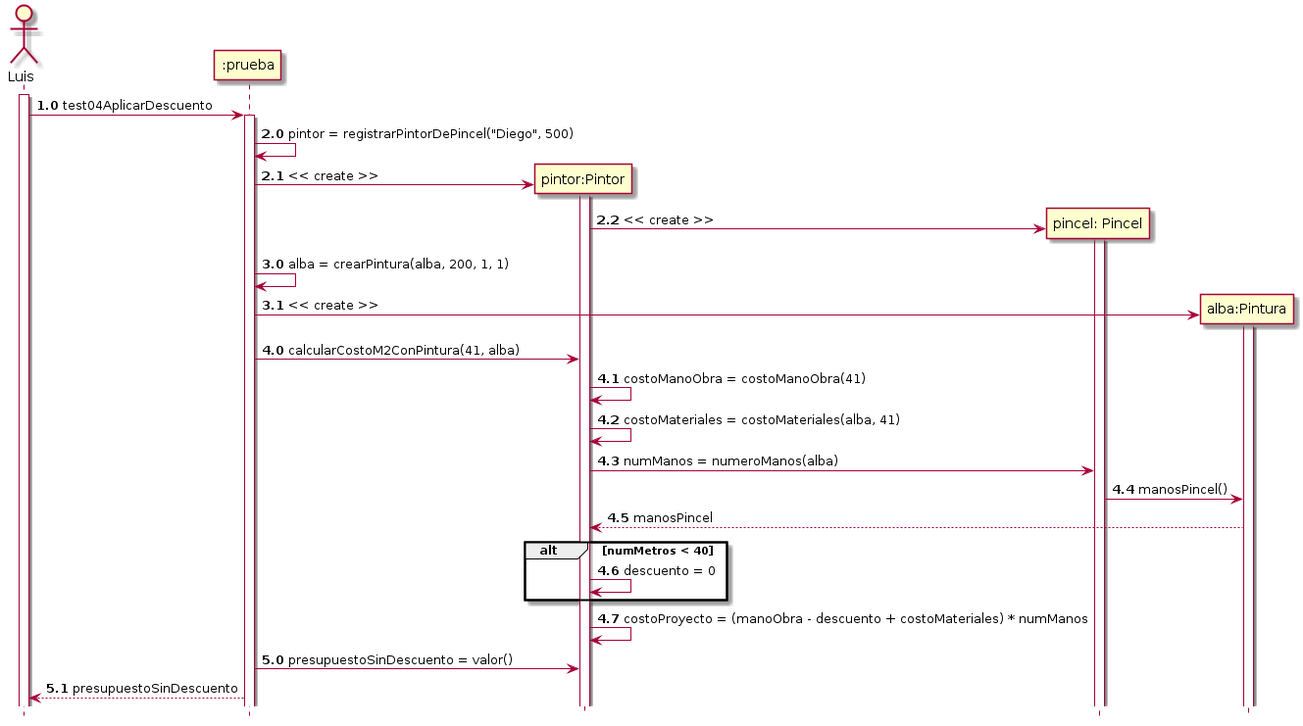
Above: TP1/Documentacion/diagramas/Diagrama_Secuenciales/diagrama_secuencia04/test04AplicarDescuentoMas40M2.png in LuisParedes1/C3_TPs (PlantUML), before the change.
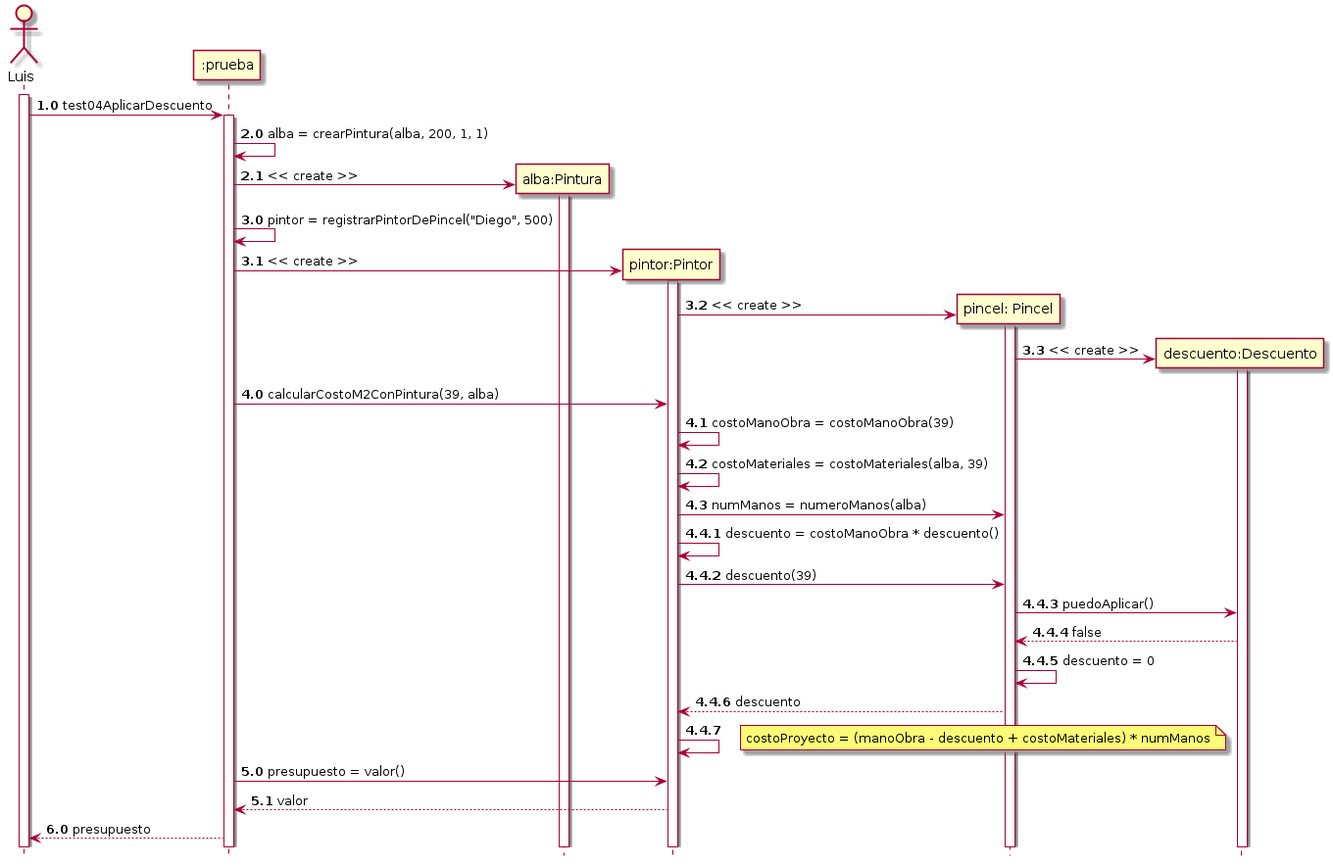
The same diagram one commit later.

The edit, as a diff of the source:
```diff
@@ -8,7 +8,14 @@
     Luis -> ":prueba" as prueba: test04AplicarDescuento
     activate prueba
 
-    autonumber 2.0
+     autonumber 2.0
+    prueba -> prueba: alba = crearPintura(alba, 200, 1, 1)
+
+    create "alba:Pintura" as alba
+    prueba -> alba: << create >>
+    activate alba
+
+    autonumber 3.0
     prueba -> prueba: pintor = registrarPintorDePincel("Diego", 500)
 
     create "pintor:Pintor" as pintor
@@ -19,33 +26,37 @@
     pintor -> pincel: << create >>
     activate pincel
 
-    autonumber 3.0
-    prueba -> prueba: alba = crearPintura(alba, 200, 1, 1)
+    create "descuento:Descuento" as descuento
+    pincel -> descuento: << create >>
+    activate descuento
 
-    create "alba:Pintura" as alba
-    prueba -> alba: << create >>
-    activate alba
 
     autonumber 4.0
-    prueba -> pintor: calcularCostoM2ConPintura(41, alba)
+    prueba -> pintor: calcularCostoM2ConPintura(39, alba)
 
 
-    pintor -> pintor: costoManoObra = costoManoObra(41)
-    pintor -> pintor: costoMateriales = costoMateriales(alba, 41)
+    pintor -> pintor: costoManoObra = costoManoObra(39)
+    pintor -> pintor: costoMateriales = costoMateriales(alba, 39)
 
     pintor -> pincel: numManos = numeroManos(alba)
-    pincel -> alba: manosPincel()
-    alba --> pintor: manosPincel
 
-    alt numMetros < 40
-        pintor -> pintor: descuento = 0
-    end
+    autonumber 4.4.1
+    pintor -> pintor: descuento = costoManoObra * descuento()
+    pintor -> pincel: descuento(39)
+    pincel -> descuento: puedoAplicar()
+    descuento --> pincel: false
+    pincel -> pincel: descuento = 0
+    pincel --> pintor: descuento
 
-    pintor -> pintor: costoProyecto = (manoObra - descuento + costoMateriales) * numManos
+    pintor -> pintor
+    note right: costoProyecto = (manoObra - descuento + costoMateriales) * numManos
 
 
     autonumber 5.0
-    prueba -> pintor: presupuestoSinDescuento = valor()
-    prueba --> Luis: presupuestoSinDescuento
+    prueba -> pintor: presupuesto = valor()
+    pintor --> prueba: valor
+
+    autonumber 6.0
+    prueba --> Luis: presupuesto
 
 @enduml
```
